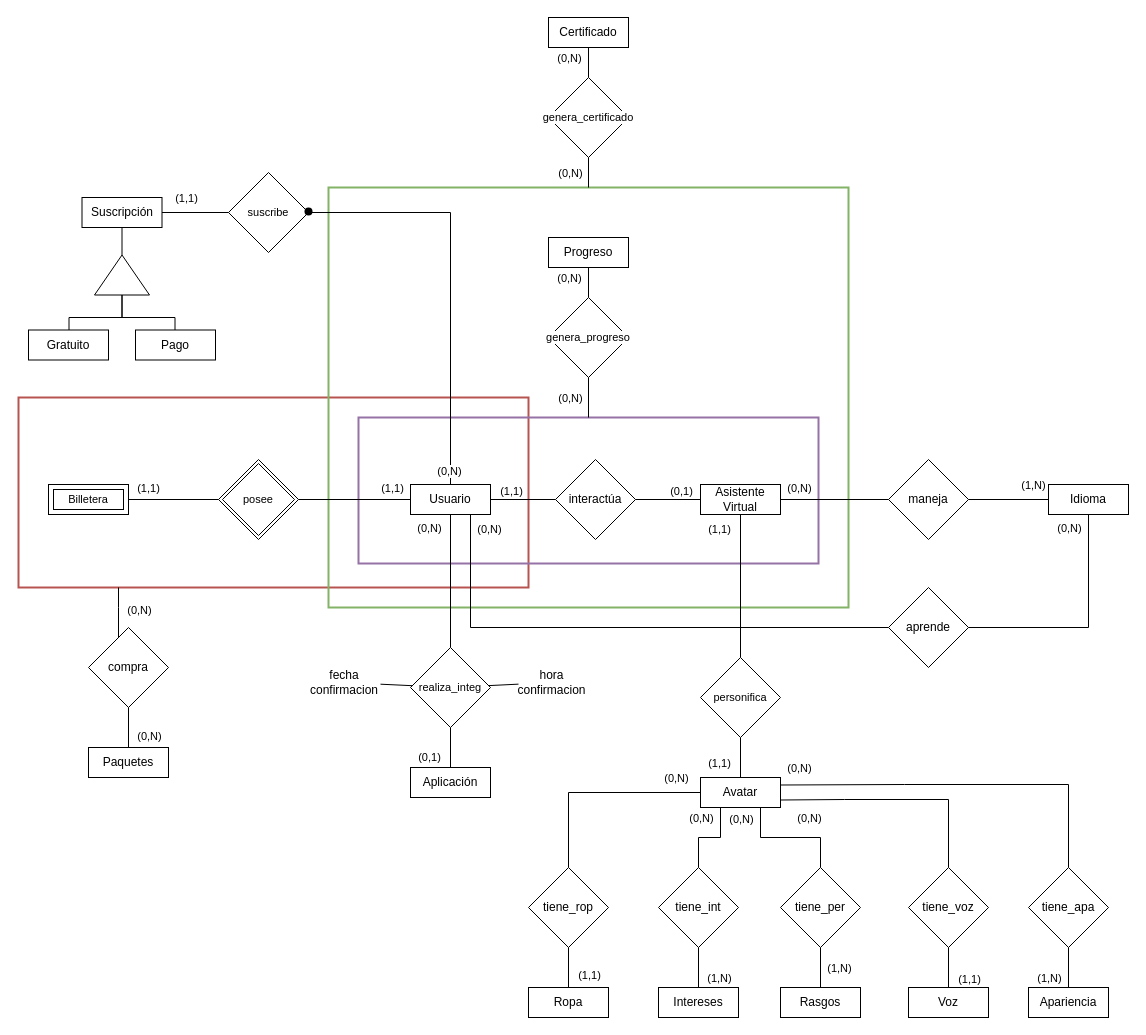
Before: page "MER Base" (1 of 2) of MER/MER OBL1.drawio in felipiacenza/BD2, a draw.io diagram. Source tidied: cells renumbered, new cells numbered last; positions are measured from the earlier drawing's top-left corner, leaving out a move shared by most shapes. Both pictures are drawn from the tidied source at 100%, with x=0, y=0 at pixel (18, 17).
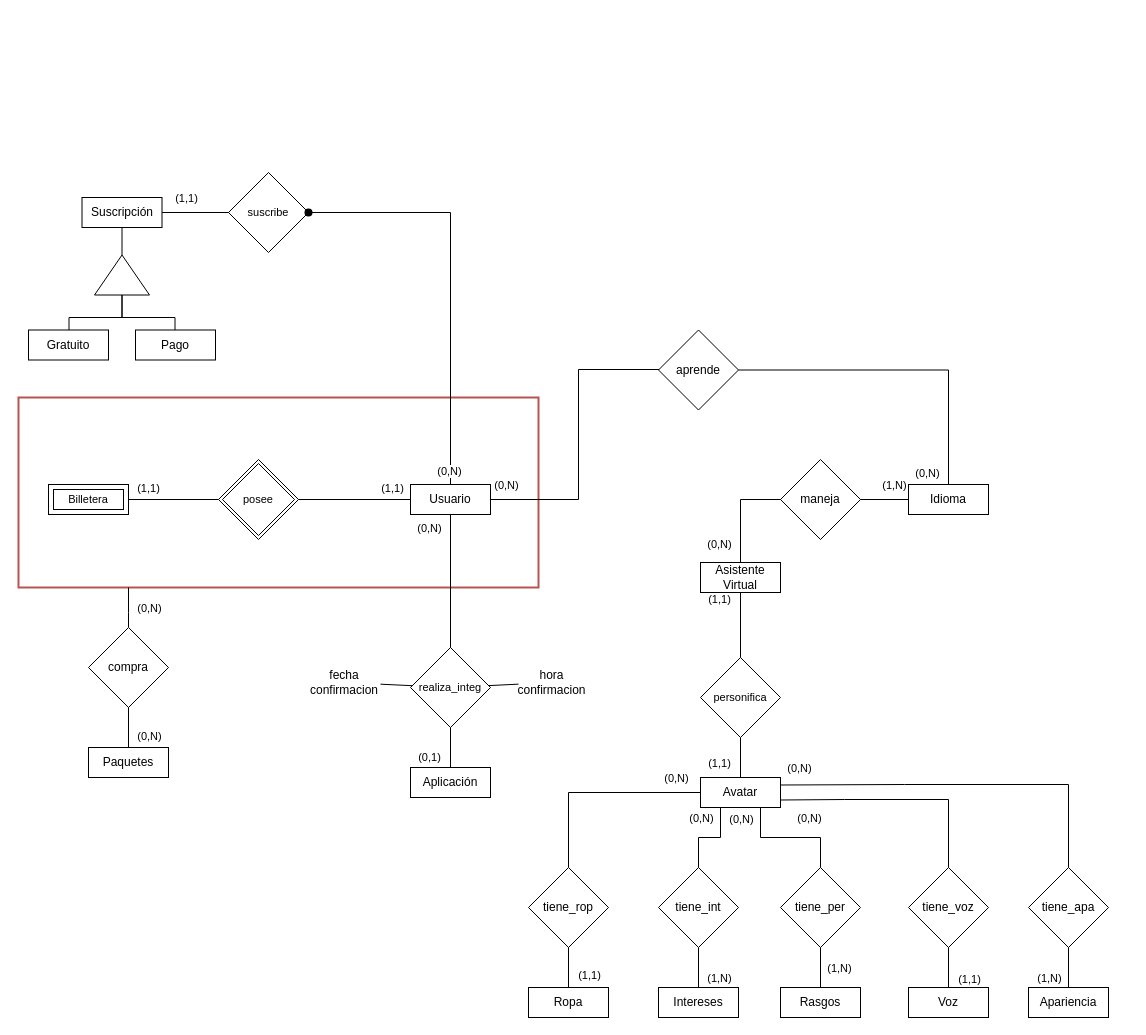
The same diagram, later.

Unchanged cells that the change refers to:
```xml
<mxCell id="7" value="Usuario" style="rounded=0;whiteSpace=wrap;html=1;" parent="1" vertex="1">
  <mxGeometry x="392" y="467" width="80" height="30" as="geometry" />
</mxCell>
<mxCell id="19" value="compra" style="rhombus;whiteSpace=wrap;html=1;" parent="1" vertex="1">
  <mxGeometry x="70" y="610" width="80" height="80" as="geometry" />
</mxCell>
<mxCell id="49" style="edgeStyle=orthogonalEdgeStyle;rounded=0;jettySize=auto;html=1;endArrow=none;endFill=0;" parent="1" edge="1" source="10" target="11">
  <mxGeometry relative="1" as="geometry" />
</mxCell>
```

The edit, as a diff of the source:
```diff
@@
     <mxCell id="2" style="rounded=0;whiteSpace=wrap;html=1;fontFamily=Helvetica;fontSize=11;labelBackgroundColor=default;fillColor=none;strokeColor=#b85450;strokeWidth=2;" parent="1" vertex="1">
-      <mxGeometry y="380" width="510" height="190" as="geometry" />
+      <mxGeometry y="380" width="520" height="190" as="geometry" />
     </mxCell>
     <mxCell id="3" style="edgeStyle=orthogonalEdgeStyle;shape=connector;rounded=0;jettySize=auto;html=1;strokeColor=default;align=center;verticalAlign=middle;fontFamily=Helvetica;fontSize=11;fontColor=default;labelBackgroundColor=default;endArrow=none;endFill=0;" parent="1" edge="1" source="2" target="19">
       <mxGeometry relative="1" as="geometry">
         <Array as="points">
-          <mxPoint x="100" y="590" />
-          <mxPoint x="100" y="590" />
+          <mxPoint x="110" y="595" />
+          <mxPoint x="110" y="595" />
         </Array>
       </mxGeometry>
     </mxCell>
@@
-    <mxCell id="5" style="rounded=0;whiteSpace=wrap;html=1;fontFamily=Helvetica;fontSize=11;labelBackgroundColor=default;fillColor=none;strokeColor=#82b366;strokeWidth=2;" parent="1" vertex="1">
-      <mxGeometry x="310" y="170" width="520" height="420" as="geometry" />
-    </mxCell>
-    <mxCell id="6" style="rounded=0;whiteSpace=wrap;html=1;fillColor=none;strokeWidth=2;strokeColor=#9673a6;glass=0;" parent="1" vertex="1">
-      <mxGeometry x="340" y="400" width="460" height="146" as="geometry" />
-    </mxCell>
@@
-    <mxCell id="8" value="interactúa" style="rhombus;whiteSpace=wrap;html=1;" parent="1" vertex="1">
-      <mxGeometry x="537" y="442" width="80" height="80" as="geometry" />
-    </mxCell>
     <mxCell id="9" value="Asistente Virtual" style="rounded=0;whiteSpace=wrap;html=1;strokeColor=default;align=center;verticalAlign=middle;fontFamily=Helvetica;fontSize=12;fontColor=default;fillColor=default;" parent="1" vertex="1">
-      <mxGeometry x="682" y="467" width="80" height="30" as="geometry" />
+      <mxGeometry x="682" y="545" width="80" height="30" as="geometry" />
     </mxCell>
     <mxCell id="10" value="maneja" style="rhombus;whiteSpace=wrap;html=1;" parent="1" vertex="1">
-      <mxGeometry x="870" y="442" width="80" height="80" as="geometry" />
+      <mxGeometry x="762" y="442" width="80" height="80" as="geometry" />
     </mxCell>
     <mxCell id="11" value="Idioma" style="rounded=0;whiteSpace=wrap;html=1;" parent="1" vertex="1">
-      <mxGeometry x="1030" y="467" width="80" height="30" as="geometry" />
+      <mxGeometry x="890" y="467" width="80" height="30" as="geometry" />
     </mxCell>
     <mxCell id="12" value="aprende" style="rhombus;whiteSpace=wrap;html=1;" parent="1" vertex="1">
-      <mxGeometry x="870" y="570" width="80" height="80" as="geometry" />
+      <mxGeometry x="640" y="312.5" width="80" height="80" as="geometry" />
     </mxCell>
-    <mxCell id="13" value="genera_progreso" style="rhombus;whiteSpace=wrap;html=1;fontFamily=Helvetica;fontSize=11;fontColor=default;labelBackgroundColor=default;" parent="1" vertex="1">
-      <mxGeometry x="530" y="280" width="80" height="80" as="geometry" />
-    </mxCell>
-    <mxCell id="14" value="Progreso" style="rounded=0;whiteSpace=wrap;html=1;" parent="1" vertex="1">
-      <mxGeometry x="530" y="220" width="80" height="30" as="geometry" />
-    </mxCell>
-    <mxCell id="15" value="Certificado" style="rounded=0;whiteSpace=wrap;html=1;" parent="1" vertex="1">
-      <mxGeometry x="530" width="80" height="30" as="geometry" />
-    </mxCell>
-    <mxCell id="16" value="(0,N)" style="edgeLabel;html=1;align=center;verticalAlign=middle;fontFamily=Helvetica;fontSize=11;fontColor=default;labelBackgroundColor=default;" parent="1" vertex="1">
-      <mxGeometry x="550" y="155" as="geometry">
-        <mxPoint x="1" as="offset" />
-      </mxGeometry>
-    </mxCell>
@@
-    <mxCell id="42" value="genera_certificado" style="rhombus;whiteSpace=wrap;html=1;fontFamily=Helvetica;fontSize=11;fontColor=default;labelBackgroundColor=default;" parent="1" vertex="1">
-      <mxGeometry x="530" y="60" width="80" height="80" as="geometry" />
-    </mxCell>
-    <mxCell id="43" style="endArrow=none;html=1;rounded=0;edgeStyle=orthogonalEdgeStyle;" parent="1" edge="1" source="8" target="7">
-      <mxGeometry relative="1" as="geometry" />
-    </mxCell>
-    <mxCell id="44" value="(1,1)" style="edgeLabel;html=1;align=center;verticalAlign=middle;" parent="43" vertex="1">
-      <mxGeometry x="0.83" relative="1" as="geometry">
-        <mxPoint x="14" y="-9" as="offset" />
-      </mxGeometry>
-    </mxCell>
-    <mxCell id="45" style="edgeStyle=orthogonalEdgeStyle;rounded=0;jettySize=auto;html=1;endArrow=none;endFill=0;" parent="1" edge="1" source="8" target="9">
-      <mxGeometry relative="1" as="geometry" />
-    </mxCell>
-    <mxCell id="46" value="(0,1)" style="edgeLabel;html=1;align=center;verticalAlign=middle;" parent="45" vertex="1">
-      <mxGeometry x="0.68" y="-1" relative="1" as="geometry">
-        <mxPoint x="-10" y="-10" as="offset" />
-      </mxGeometry>
-    </mxCell>
     <mxCell id="47" style="endArrow=none;html=1;rounded=0;edgeStyle=orthogonalEdgeStyle;jumpStyle=arc;" parent="1" edge="1" source="9" target="10">
-      <mxGeometry relative="1" as="geometry" />
+      <mxGeometry relative="1" as="geometry">
+        <Array as="points">
+          <mxPoint x="722" y="482" />
+        </Array>
+      </mxGeometry>
     </mxCell>
     <mxCell id="48" value="(0,N)" style="edgeLabel;html=1;align=center;verticalAlign=middle;fontFamily=Helvetica;fontSize=11;fontColor=default;labelBackgroundColor=default;" parent="47" vertex="1">
       <mxGeometry x="-0.57" relative="1" as="geometry">
-        <mxPoint x="-5" y="-12" as="offset" />
+        <mxPoint x="-22" y="3" as="offset" />
       </mxGeometry>
     </mxCell>
@@
     <mxCell id="50" value="(1,N)" style="edgeLabel;html=1;align=center;verticalAlign=middle;fontFamily=Helvetica;fontSize=11;fontColor=default;labelBackgroundColor=default;" parent="49" vertex="1">
       <mxGeometry x="0.67" relative="1" as="geometry">
-        <mxPoint x="-3" y="-15" as="offset" />
+        <mxPoint x="-7" y="-15" as="offset" />
       </mxGeometry>
     </mxCell>
-    <mxCell id="51" style="edgeStyle=orthogonalEdgeStyle;shape=connector;rounded=0;jettySize=auto;html=1;strokeColor=default;align=center;verticalAlign=middle;fontFamily=Helvetica;fontSize=11;fontColor=default;labelBackgroundColor=default;endArrow=none;endFill=0;exitX=0.75;exitY=1;exitDx=0;exitDy=0;" parent="1" edge="1" source="7" target="12">
+    <mxCell id="51" style="edgeStyle=orthogonalEdgeStyle;shape=connector;rounded=0;jettySize=auto;html=1;strokeColor=default;align=center;verticalAlign=middle;fontFamily=Helvetica;fontSize=11;fontColor=default;labelBackgroundColor=default;endArrow=none;endFill=0;" parent="1" edge="1" source="7" target="12">
       <mxGeometry relative="1" as="geometry">
         <Array as="points">
-          <mxPoint x="452" y="610" />
+          <mxPoint x="560" y="482" />
+          <mxPoint x="560" y="352" />
         </Array>
       </mxGeometry>
     </mxCell>
     <mxCell id="52" value="(0,N)" style="edgeLabel;html=1;align=center;verticalAlign=middle;fontFamily=Helvetica;fontSize=11;fontColor=default;labelBackgroundColor=default;" parent="51" vertex="1">
       <mxGeometry x="-0.97" relative="1" as="geometry">
-        <mxPoint x="18" y="6" as="offset" />
+        <mxPoint x="11" y="-15" as="offset" />
       </mxGeometry>
     </mxCell>
@@
-    <mxCell id="55" style="edgeStyle=orthogonalEdgeStyle;shape=connector;rounded=0;jettySize=auto;html=1;strokeColor=default;align=center;verticalAlign=middle;fontFamily=Helvetica;fontSize=11;fontColor=default;labelBackgroundColor=default;endArrow=none;endFill=0;" parent="1" edge="1" source="6" target="13">
-      <mxGeometry relative="1" as="geometry" />
-    </mxCell>
-    <mxCell id="56" value="(0,N)" style="edgeLabel;html=1;align=center;verticalAlign=middle;fontFamily=Helvetica;fontSize=11;fontColor=default;labelBackgroundColor=default;" parent="55" vertex="1">
-      <mxGeometry x="-0.31" y="1" relative="1" as="geometry">
-        <mxPoint x="-18" y="-6" as="offset" />
-      </mxGeometry>
-    </mxCell>
-    <mxCell id="57" style="edgeStyle=orthogonalEdgeStyle;shape=connector;rounded=0;jettySize=auto;html=1;strokeColor=default;align=center;verticalAlign=middle;fontFamily=Helvetica;fontSize=11;fontColor=default;labelBackgroundColor=default;endArrow=none;endFill=0;" parent="1" edge="1" source="13" target="14">
-      <mxGeometry relative="1" as="geometry" />
-    </mxCell>
-    <mxCell id="58" value="(0,N)" style="edgeLabel;html=1;align=center;verticalAlign=middle;fontFamily=Helvetica;fontSize=11;fontColor=default;labelBackgroundColor=default;" parent="57" vertex="1">
-      <mxGeometry x="0.4" y="1" relative="1" as="geometry">
-        <mxPoint x="-19" y="-5" as="offset" />
-      </mxGeometry>
-    </mxCell>
@@
-    <mxCell id="102" style="endArrow=none;html=1;rounded=0;strokeColor=default;align=center;verticalAlign=middle;fontFamily=Helvetica;fontSize=11;fontColor=default;labelBackgroundColor=default;edgeStyle=orthogonalEdgeStyle;" parent="1" edge="1" source="5" target="42">
-      <mxGeometry relative="1" as="geometry" />
-    </mxCell>
-    <mxCell id="103" style="endArrow=none;html=1;rounded=0;strokeColor=default;align=center;verticalAlign=middle;fontFamily=Helvetica;fontSize=11;fontColor=default;labelBackgroundColor=default;edgeStyle=orthogonalEdgeStyle;" parent="1" edge="1" source="42" target="15">
-      <mxGeometry relative="1" as="geometry" />
-    </mxCell>
-    <mxCell id="104" value="(0,N)" style="edgeLabel;html=1;align=center;verticalAlign=middle;fontFamily=Helvetica;fontSize=11;fontColor=default;labelBackgroundColor=default;" parent="103" vertex="1">
-      <mxGeometry x="0.74" y="1" relative="1" as="geometry">
-        <mxPoint x="-19" y="6" as="offset" />
-      </mxGeometry>
-    </mxCell>
     <mxCell id="105" style="shape=waypoint;sketch=0;fillStyle=solid;size=6;fillColor=none;perimeter=centerPerimeter;strokeWidth=2;" parent="1" vertex="1">
-      <mxGeometry x="280" y="184" width="20" height="20" as="geometry" />
+      <mxGeometry x="280" y="185" width="20" height="20" as="geometry" />
     </mxCell>
```
